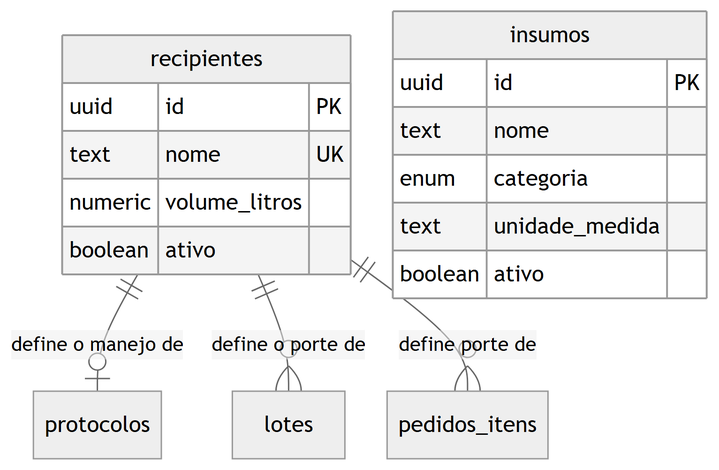
This is docs/engenharia/modelo-dados-pt/img/fig10-cadastros-insumo-recipiente.png from JoaoMudar/tcc, a Mermaid export, as it was before one commit. Its source is kept beside it as docs/engenharia/modelo-dados-pt/mmd/fig10-cadastros-insumo-recipiente.mmd.
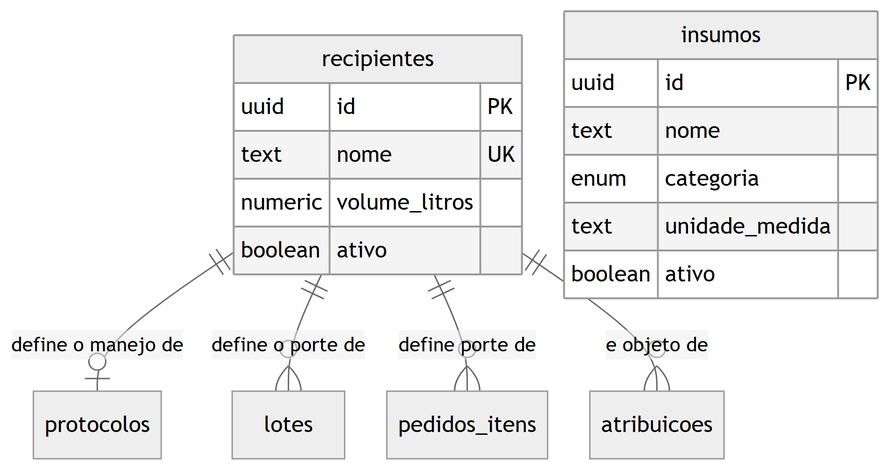
The same file after the commit.

Change to the diagram source:
```diff
@@ -15,7 +15,9 @@
   protocolos {}
   lotes {}
   pedidos_itens {}
+  atribuicoes {}
 
   recipientes ||--o| protocolos    : "define o manejo de"
   recipientes ||--o{ lotes         : "define o porte de"
   recipientes ||--o{ pedidos_itens : "define porte de"
+  recipientes ||--o{ atribuicoes   : "e objeto de"
```
